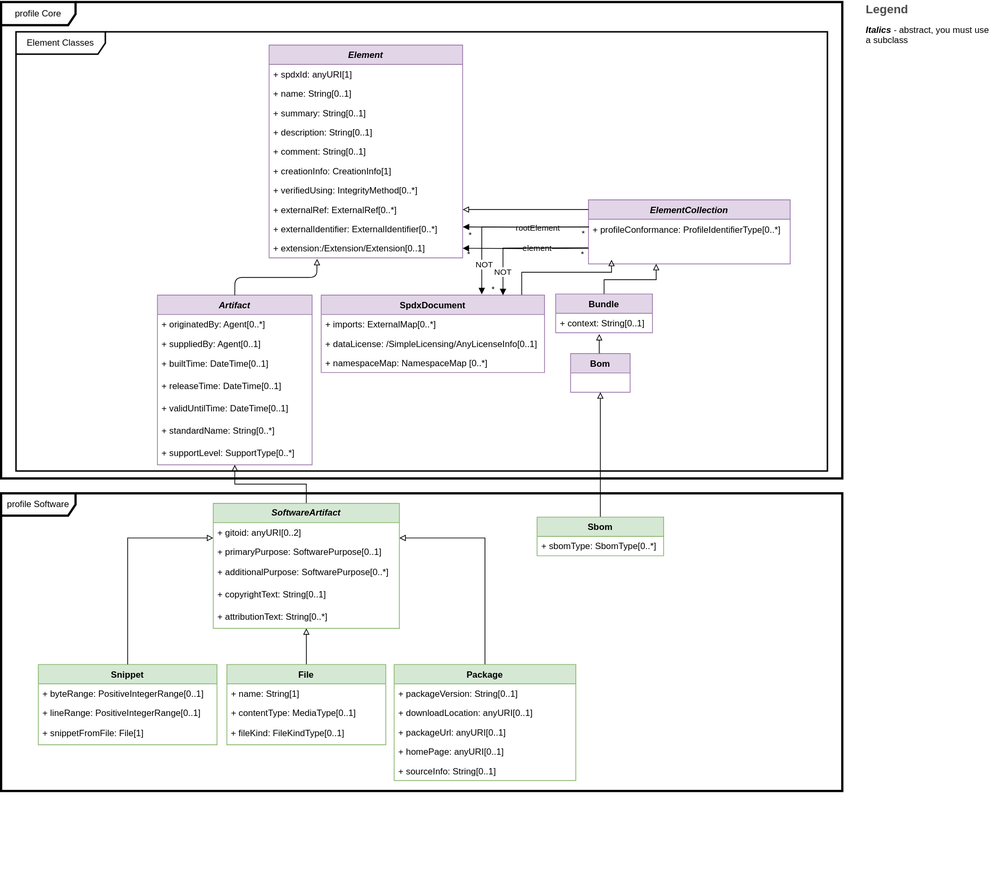
This is model Software.svg from spdx/spdx-3-model, a draw.io export, as it was before one commit. Source tidied: cells renumbered, new cells last; positions are measured from the earlier drawing's top-left corner, leaving out a move shared by most shapes.
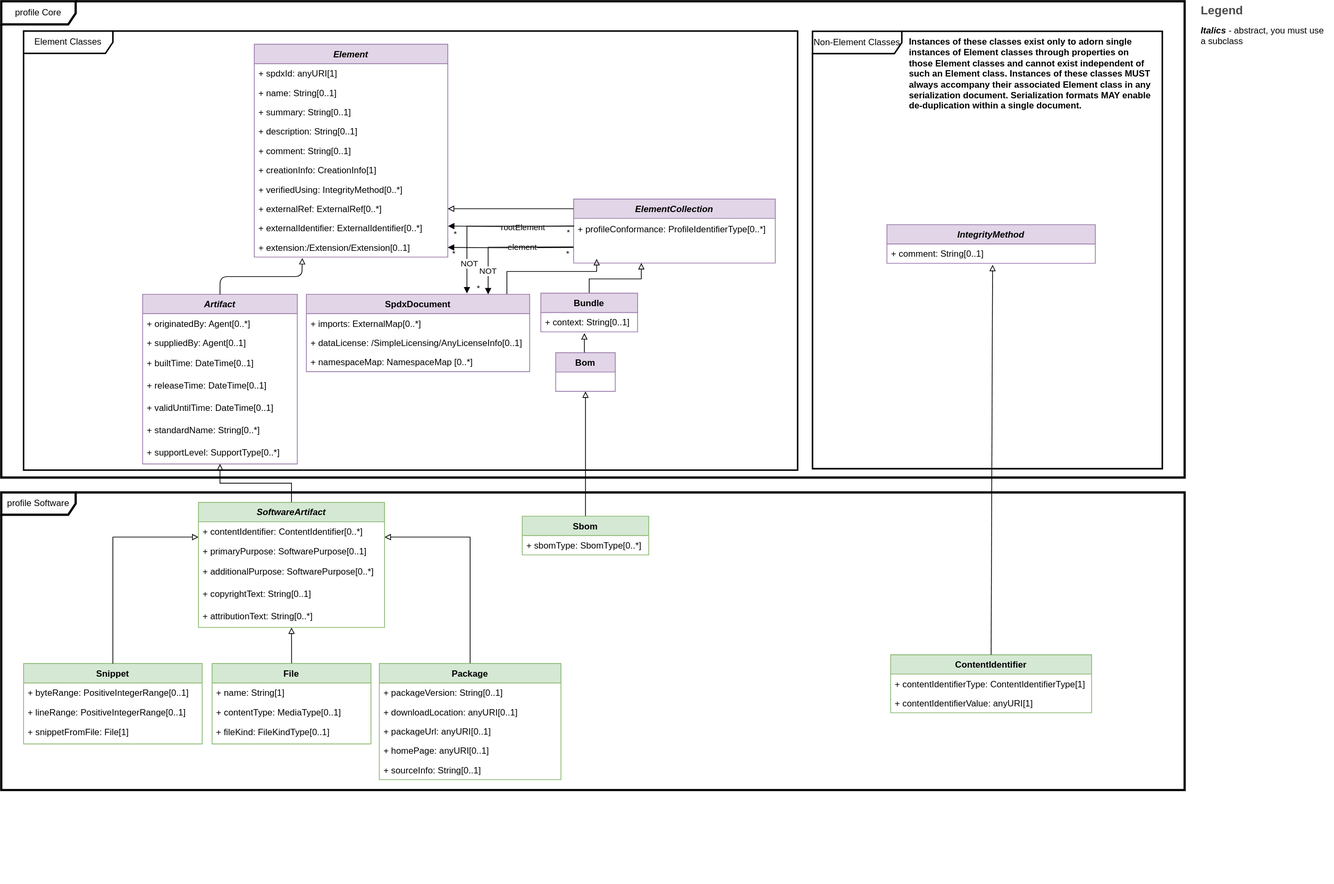
The same diagram one commit later.

Diff of the diagram source:
```diff
@@ -3,13 +3,13 @@
     <mxCell id="0" />
     <mxCell id="1" parent="0" />
     <mxCell id="2" value="profile Core" style="shape=umlFrame;whiteSpace=wrap;html=1;width=100;height=31;strokeWidth=3;" parent="1" vertex="1">
-      <mxGeometry y="2.2" width="1130" height="640" as="geometry" />
+      <mxGeometry x="20" y="2.2" width="1590" height="640" as="geometry" />
     </mxCell>
     <mxCell id="3" value="Element Classes" style="shape=umlFrame;whiteSpace=wrap;html=1;width=120;height=30;strokeWidth=2;" parent="1" vertex="1">
-      <mxGeometry x="20" y="42.2" width="1090" height="590" as="geometry" />
+      <mxGeometry x="50" y="42.2" width="1040" height="590" as="geometry" />
     </mxCell>
     <mxCell id="4" value="profile Software" style="shape=umlFrame;whiteSpace=wrap;html=1;width=100;height=30;strokeWidth=3;" parent="1" vertex="1">
-      <mxGeometry y="662.2" width="1130" height="400" as="geometry" />
+      <mxGeometry x="20" y="662.2" width="1590" height="400" as="geometry" />
     </mxCell>
     <mxCell id="5" value="Element" style="swimlane;fontStyle=3;horizontal=1;startSize=26;fillColor=#e1d5e7;strokeColor=#9673a6;" parent="1" vertex="1">
       <mxGeometry x="360" y="60" width="260" height="286" as="geometry" />
@@ -207,10 +207,10 @@
       </mxGeometry>
     </mxCell>
     <mxCell id="58" value="Legend" style="align=left;fontSize=16;fontStyle=1;strokeColor=none;fillColor=none;fontColor=#4D4D4D;spacingTop=-8;" parent="1" vertex="1">
-      <mxGeometry x="1160" width="180" height="30" as="geometry" />
+      <mxGeometry x="1630" y="2.2" width="180" height="30" as="geometry" />
     </mxCell>
     <mxCell id="59" style="shape=table;html=1;whiteSpace=wrap;startSize=0;fillColor=none;align=left;spacingLeft=10;strokeColor=none;rounded=1;arcSize=11;fontColor=#FFFFFF;" parent="1" vertex="1">
-      <mxGeometry x="1150" y="30" width="180" height="30" as="geometry" />
+      <mxGeometry x="1620" y="32.2" width="180" height="30" as="geometry" />
     </mxCell>
     <mxCell id="60" value="&lt;i style=&quot;&quot;&gt;&lt;b&gt;Italics &lt;/b&gt;- &lt;/i&gt;abstract, you must use a subclass" style="shape=partialRectangle;html=1;whiteSpace=wrap;top=0;left=0;bottom=0;right=0;overflow=hidden;align=left;spacingLeft=10;" parent="59" vertex="1">
       <mxGeometry width="180" height="30" as="geometry" />
@@ -263,7 +263,7 @@
     <mxCell id="71" value="SoftwareArtifact" style="swimlane;fontStyle=3;horizontal=1;startSize=26;fillColor=#d5e8d4;whiteSpace=wrap;html=1;strokeColor=#82b366;" parent="1" vertex="1">
       <mxGeometry x="285" y="675.8" width="250" height="168" as="geometry" />
     </mxCell>
-    <mxCell id="72" value="+ gitoid: anyURI[0..2]" style="text;strokeColor=none;fillColor=none;align=left;verticalAlign=top;spacingLeft=4;spacingRight=4;overflow=hidden;" parent="71" vertex="1">
+    <mxCell id="72" value="+ contentIdentifier: ContentIdentifier[0..*]" style="text;strokeColor=none;fillColor=none;align=left;verticalAlign=top;spacingLeft=4;spacingRight=4;overflow=hidden;" parent="71" vertex="1">
       <mxGeometry y="26" width="250" height="26" as="geometry" />
     </mxCell>
     <mxCell id="73" value="+ primaryPurpose: SoftwarePurpose[0..1]" style="text;strokeColor=none;fillColor=none;align=left;verticalAlign=top;spacingLeft=4;spacingRight=4;overflow=hidden;" parent="71" vertex="1">
@@ -307,5 +307,29 @@
         <mxPoint x="0.8" y="8" as="offset" />
       </mxGeometry>
     </mxCell>
+    <mxCell id="82" value="ContentIdentifier" style="swimlane;fontStyle=1;horizontal=1;startSize=26;fillColor=#d5e8d4;strokeColor=#82b366;" parent="1" vertex="1">
+      <mxGeometry x="1215" y="880.4" width="270" height="78" as="geometry" />
+    </mxCell>
+    <mxCell id="83" value="+ contentIdentifierType: ContentIdentifierType[1]" style="text;strokeColor=none;fillColor=none;align=left;verticalAlign=top;spacingLeft=4;spacingRight=4;overflow=hidden;" parent="82" vertex="1">
+      <mxGeometry y="26" width="270" height="26" as="geometry" />
+    </mxCell>
+    <mxCell id="84" value="+ contentIdentifierValue: anyURI[1]" style="text;strokeColor=none;fillColor=none;align=left;verticalAlign=top;spacingLeft=4;spacingRight=4;overflow=hidden;" parent="82" vertex="1">
+      <mxGeometry y="52" width="270" height="26" as="geometry" />
+    </mxCell>
+    <mxCell id="85" value="Non-Element Classes" style="shape=umlFrame;whiteSpace=wrap;html=1;width=120;height=30;strokeWidth=2;" parent="1" vertex="1">
+      <mxGeometry x="1110" y="42.6" width="470" height="587.8" as="geometry" />
+    </mxCell>
+    <mxCell id="86" value="IntegrityMethod" style="swimlane;fontStyle=3;horizontal=1;startSize=26;fillColor=#e1d5e7;strokeColor=#9673a6;" parent="1" vertex="1">
+      <mxGeometry x="1210" y="302.4" width="280" height="52" as="geometry" />
+    </mxCell>
+    <mxCell id="87" value="+ comment: String[0..1]" style="text;strokeColor=none;fillColor=none;align=left;verticalAlign=top;spacingLeft=4;spacingRight=4;overflow=hidden;points=[[0,0.5],[1,0.5]];portConstraint=eastwest;" parent="86" vertex="1">
+      <mxGeometry y="26" width="280" height="26" as="geometry" />
+    </mxCell>
+    <mxCell id="88" value="Instances of these classes exist only to adorn single instances of Element classes through properties on those Element classes and cannot exist independent of such an Element class. Instances of these classes MUST always accompany their associated Element class in any serialization document. Serialization formats MAY enable de-duplication within a single document." style="text;align=left;fontStyle=1;verticalAlign=top;spacingLeft=3;spacingRight=3;strokeColor=none;whiteSpace=wrap;fontColor=#000000;" parent="1" vertex="1">
+      <mxGeometry x="1235" y="42.6" width="335" height="84.2" as="geometry" />
+    </mxCell>
+    <mxCell id="89" style="endArrow=block;html=1;rounded=0;exitX=0.5;exitY=0;exitDx=0;exitDy=0;entryX=0.507;entryY=1.077;entryDx=0;entryDy=0;entryPerimeter=0;endFill=0;" parent="1" edge="1" source="82" target="87">
+      <mxGeometry relative="1" as="geometry" />
+    </mxCell>
   </root>
 </mxGraphModel>
```
